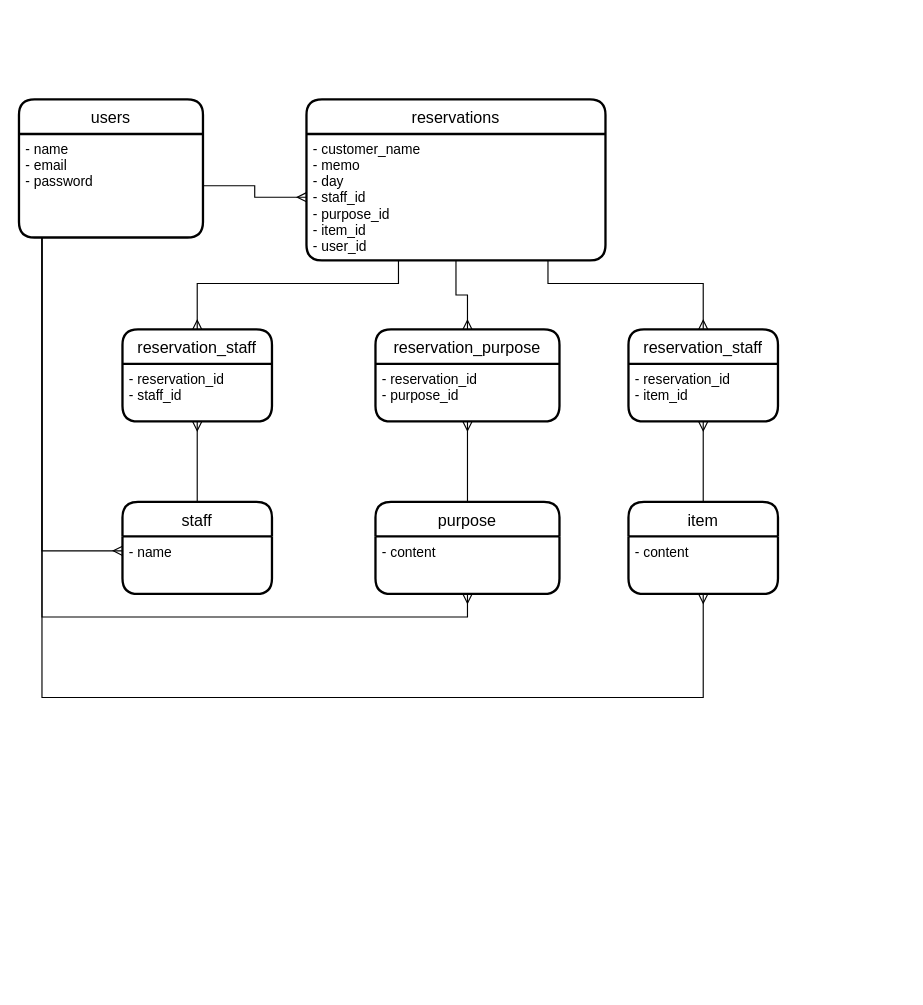
Before: app/views/layouts/er.dio in cochimu/rsystem-32070, a draw.io diagram. Source tidied: cells renumbered, new cells numbered last; positions are measured from the earlier drawing's top-left corner, leaving out a move shared by most shapes. Both pictures are drawn from the tidied source at 115%, with x=0, y=0 at pixel (18, 99).
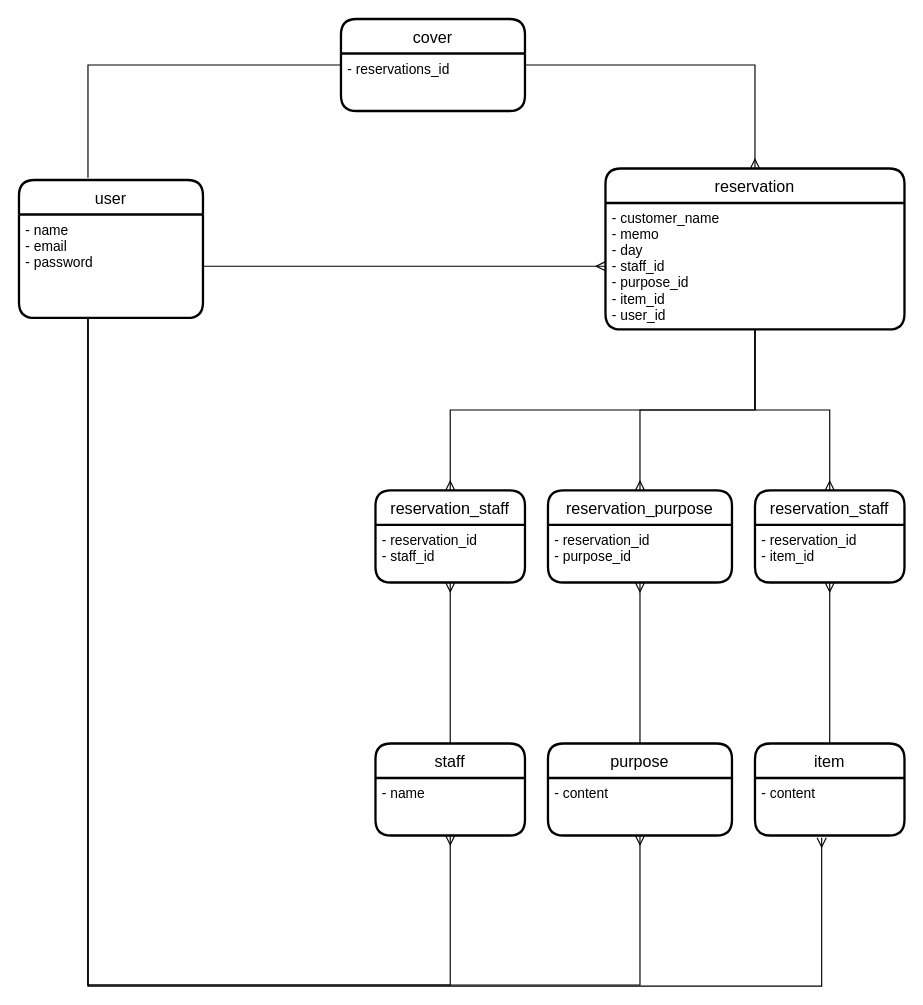
The same page after the edit.

Unchanged cells that the change refers to:
```xml
<mxCell id="3" value="- name&#10;- email&#10;- password" style="align=left;strokeColor=none;fillColor=none;spacingLeft=4;fontSize=12;verticalAlign=top;" parent="2" vertex="1">
  <mxGeometry y="30" width="160" height="90" as="geometry" />
</mxCell>
<mxCell id="5" value="- customer_name&#10;- memo&#10;- day&#10;- staff_id&#10;- purpose_id&#10;- item_id&#10;- user_id" style="align=left;strokeColor=none;fillColor=none;spacingLeft=4;fontSize=12;verticalAlign=top;" parent="4" vertex="1">
  <mxGeometry y="30" width="260" height="110" as="geometry" />
</mxCell>
<mxCell id="8" value="- name" style="align=left;strokeColor=none;fillColor=none;spacingLeft=4;fontSize=12;verticalAlign=top;" parent="7" vertex="1">
  <mxGeometry y="30" width="130" height="50" as="geometry" />
</mxCell>
<mxCell id="11" value="- content" style="align=left;strokeColor=none;fillColor=none;spacingLeft=4;fontSize=12;verticalAlign=top;" parent="10" vertex="1">
  <mxGeometry y="30" width="130" height="50" as="geometry" />
</mxCell>
<mxCell id="15" value="- content" style="align=left;strokeColor=none;fillColor=none;spacingLeft=4;fontSize=12;verticalAlign=top;" parent="14" vertex="1">
  <mxGeometry y="30" width="160" height="50" as="geometry" />
</mxCell>
```

Diff of the diagram source:
```diff
@@
-    <mxCell id="2" value="users" style="swimlane;horizontal=1;startSize=30;rounded=1;fontSize=14;fontStyle=0;strokeWidth=2;shadow=0;dashed=0;align=center;" parent="1" vertex="1">
-      <mxGeometry width="160" height="120" as="geometry" />
+    <mxCell id="2" value="user" style="swimlane;horizontal=1;startSize=30;rounded=1;fontSize=14;fontStyle=0;strokeWidth=2;shadow=0;dashed=0;align=center;" parent="1" vertex="1">
+      <mxGeometry y="70" width="160" height="120" as="geometry" />
     </mxCell>
@@
-    <mxCell id="4" value="reservations" style="swimlane;horizontal=1;startSize=30;rounded=1;fontSize=14;fontStyle=0;strokeWidth=2;shadow=0;dashed=0;align=center;" parent="1" vertex="1">
-      <mxGeometry x="250" width="260" height="140" as="geometry" />
+    <mxCell id="4" value="reservation" style="swimlane;horizontal=1;startSize=30;rounded=1;fontSize=14;fontStyle=0;strokeWidth=2;shadow=0;dashed=0;align=center;" parent="1" vertex="1">
+      <mxGeometry x="510" y="60" width="260" height="140" as="geometry" />
     </mxCell>
@@
     <mxCell id="7" value="staff" style="swimlane;horizontal=1;startSize=30;rounded=1;fontSize=14;fontStyle=0;strokeWidth=2;shadow=0;dashed=0;align=center;" parent="1" vertex="1">
-      <mxGeometry x="90" y="350" width="130" height="80" as="geometry" />
+      <mxGeometry x="310" y="560" width="130" height="80" as="geometry" />
     </mxCell>
@@
     <mxCell id="10" value="item" style="swimlane;horizontal=1;startSize=30;rounded=1;fontSize=14;fontStyle=0;strokeWidth=2;shadow=0;dashed=0;align=center;" parent="1" vertex="1">
-      <mxGeometry x="530" y="350" width="130" height="80" as="geometry" />
+      <mxGeometry x="640" y="560" width="130" height="80" as="geometry" />
     </mxCell>
@@
     <mxCell id="14" value="purpose" style="swimlane;horizontal=1;startSize=30;rounded=1;fontSize=14;fontStyle=0;strokeWidth=2;shadow=0;dashed=0;align=center;" parent="1" vertex="1">
-      <mxGeometry x="310" y="350" width="160" height="80" as="geometry" />
+      <mxGeometry x="460" y="560" width="160" height="80" as="geometry" />
     </mxCell>
@@
     <mxCell id="16" value="reservation_staff" style="swimlane;horizontal=1;startSize=30;rounded=1;fontSize=14;fontStyle=0;strokeWidth=2;shadow=0;dashed=0;align=center;" parent="1" vertex="1">
-      <mxGeometry x="90" y="200" width="130" height="80" as="geometry" />
+      <mxGeometry x="310" y="340" width="130" height="80" as="geometry" />
     </mxCell>
@@
     <mxCell id="18" value="reservation_purpose" style="swimlane;horizontal=1;startSize=30;rounded=1;fontSize=14;fontStyle=0;strokeWidth=2;shadow=0;dashed=0;align=center;" parent="1" vertex="1">
-      <mxGeometry x="310" y="200" width="160" height="80" as="geometry" />
+      <mxGeometry x="460" y="340" width="160" height="80" as="geometry" />
     </mxCell>
@@
     <mxCell id="20" value="reservation_staff" style="swimlane;horizontal=1;startSize=30;rounded=1;fontSize=14;fontStyle=0;strokeWidth=2;shadow=0;dashed=0;align=center;" parent="1" vertex="1">
-      <mxGeometry x="530" y="200" width="130" height="80" as="geometry" />
+      <mxGeometry x="640" y="340" width="130" height="80" as="geometry" />
     </mxCell>
@@
+    <mxCell id="23" style="edgeStyle=orthogonalEdgeStyle;rounded=0;jettySize=auto;html=1;entryX=0.5;entryY=0;entryDx=0;entryDy=0;endArrow=ERmany;endFill=0;" parent="1" edge="1" source="5" target="18">
+      <mxGeometry relative="1" as="geometry" />
+    </mxCell>
     <mxCell id="22" style="edgeStyle=orthogonalEdgeStyle;rounded=0;jettySize=auto;html=1;entryX=0.5;entryY=0;entryDx=0;entryDy=0;endArrow=ERmany;endFill=0;" parent="1" edge="1" source="5" target="16">
       <mxGeometry relative="1" as="geometry">
         <Array as="points">
-          <mxPoint x="330" y="160" />
-          <mxPoint x="155" y="160" />
+          <mxPoint x="640" y="270" />
+          <mxPoint x="375" y="270" />
         </Array>
       </mxGeometry>
     </mxCell>
-    <mxCell id="23" style="edgeStyle=orthogonalEdgeStyle;rounded=0;jettySize=auto;html=1;entryX=0.5;entryY=0;entryDx=0;entryDy=0;endArrow=ERmany;endFill=0;" parent="1" edge="1" source="5" target="18">
-      <mxGeometry relative="1" as="geometry" />
-    </mxCell>
     <mxCell id="24" style="edgeStyle=orthogonalEdgeStyle;rounded=0;jettySize=auto;html=1;entryX=0.5;entryY=0;entryDx=0;entryDy=0;endArrow=ERmany;endFill=0;" parent="1" edge="1" source="5" target="20">
-      <mxGeometry relative="1" as="geometry">
-        <Array as="points">
-          <mxPoint x="460" y="160" />
-          <mxPoint x="595" y="160" />
-        </Array>
-      </mxGeometry>
+      <mxGeometry relative="1" as="geometry" />
     </mxCell>
+    <mxCell id="28" style="edgeStyle=orthogonalEdgeStyle;rounded=0;jettySize=auto;html=1;endArrow=ERmany;endFill=0;" parent="1" edge="1" source="3">
+      <mxGeometry relative="1" as="geometry">
+        <mxPoint x="698" y="642" as="targetPoint" />
+        <Array as="points">
+          <mxPoint x="60" y="771" />
+          <mxPoint x="698" y="771" />
+        </Array>
+      </mxGeometry>
+    </mxCell>
+    <mxCell id="26" style="edgeStyle=orthogonalEdgeStyle;rounded=0;jettySize=auto;html=1;entryX=0.5;entryY=1;entryDx=0;entryDy=0;endArrow=ERmany;endFill=0;" parent="1" edge="1" source="3" target="15">
+      <mxGeometry relative="1" as="geometry">
+        <Array as="points">
+          <mxPoint x="60" y="770" />
+          <mxPoint x="540" y="770" />
+        </Array>
+      </mxGeometry>
+    </mxCell>
-    <mxCell id="25" style="edgeStyle=orthogonalEdgeStyle;rounded=0;jettySize=auto;html=1;entryX=0;entryY=0.25;entryDx=0;entryDy=0;endArrow=ERmany;endFill=0;" parent="1" edge="1" source="3" target="8">
+    <mxCell id="25" style="edgeStyle=orthogonalEdgeStyle;rounded=0;jettySize=auto;html=1;entryX=0.5;entryY=1;entryDx=0;entryDy=0;endArrow=ERmany;endFill=0;" parent="1" edge="1" source="3" target="8">
       <mxGeometry relative="1" as="geometry">
         <Array as="points">
-          <mxPoint x="20" y="393" />
+          <mxPoint x="60" y="770" />
+          <mxPoint x="375" y="770" />
         </Array>
       </mxGeometry>
     </mxCell>
-    <mxCell id="26" style="edgeStyle=orthogonalEdgeStyle;rounded=0;jettySize=auto;html=1;entryX=0.5;entryY=1;entryDx=0;entryDy=0;endArrow=ERmany;endFill=0;" parent="1" edge="1" source="3" target="15">
-      <mxGeometry relative="1" as="geometry">
-        <Array as="points">
-          <mxPoint x="20" y="450" />
-          <mxPoint x="390" y="450" />
-        </Array>
-      </mxGeometry>
-    </mxCell>
-    <mxCell id="27" style="edgeStyle=orthogonalEdgeStyle;rounded=0;jettySize=auto;html=1;entryX=0.5;entryY=1;entryDx=0;entryDy=0;endArrow=ERmany;endFill=0;" parent="1" edge="1" source="3" target="11">
-      <mxGeometry relative="1" as="geometry">
-        <Array as="points">
-          <mxPoint x="20" y="520" />
-          <mxPoint x="595" y="520" />
-        </Array>
-      </mxGeometry>
-    </mxCell>
+    <mxCell id="29" value="cover" style="swimlane;horizontal=1;startSize=30;rounded=1;fontSize=14;fontStyle=0;strokeWidth=2;shadow=0;dashed=0;align=center;" parent="1" vertex="1">
+      <mxGeometry x="280" y="-70" width="160" height="80" as="geometry" />
+    </mxCell>
+    <mxCell id="30" value="- reservations_id" style="align=left;strokeColor=none;fillColor=none;spacingLeft=4;fontSize=12;verticalAlign=top;" parent="29" vertex="1">
+      <mxGeometry y="30" width="160" height="50" as="geometry" />
+    </mxCell>
+    <mxCell id="31" style="edgeStyle=orthogonalEdgeStyle;rounded=0;jettySize=auto;html=1;endArrow=none;endFill=0;" parent="1" edge="1" source="30">
+      <mxGeometry relative="1" as="geometry">
+        <mxPoint x="60" y="68" as="targetPoint" />
+        <Array as="points">
+          <mxPoint x="60" y="-30" />
+          <mxPoint x="60" y="68" />
+        </Array>
+      </mxGeometry>
+    </mxCell>
+    <mxCell id="32" style="edgeStyle=orthogonalEdgeStyle;rounded=0;jettySize=auto;html=1;entryX=0.5;entryY=0;entryDx=0;entryDy=0;endArrow=ERmany;endFill=0;" parent="1" edge="1" source="30" target="4">
+      <mxGeometry relative="1" as="geometry">
+        <Array as="points">
+          <mxPoint x="640" y="-30" />
+        </Array>
+      </mxGeometry>
+    </mxCell>
```
